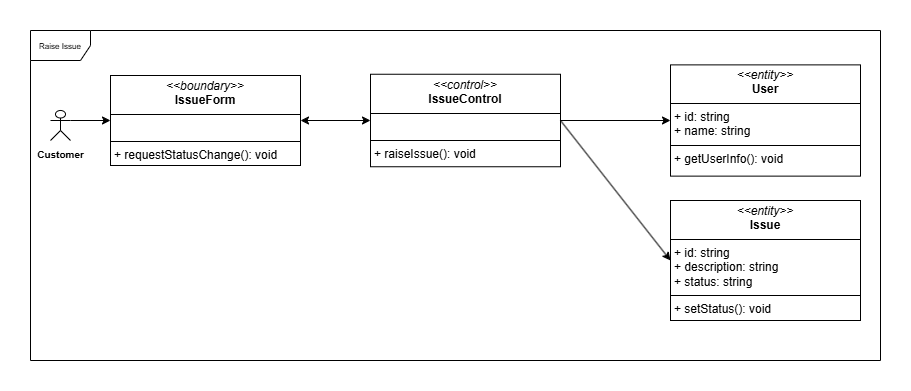
Before: Class-diagram/Boundary–Control–EntityDiagram/RaiseIssue.png, a diagram exported from draw.io (HuyEuler/Apartment-management-system). Source tidied: cells renumbered, new cells last; positions are measured from the earlier drawing's top-left corner, leaving out a move shared by most shapes. The source it was exported from:
```xml
<mxGraphModel background="#ffffff">
  <root>
    <mxCell id="0" />
    <mxCell id="1" parent="0" />
    <mxCell id="2" value="&lt;font style=&quot;font-size: 8px;&quot;&gt;Raise Issue&lt;/font&gt;" style="shape=umlFrame;whiteSpace=wrap;html=1;" parent="1" vertex="1">
      <mxGeometry width="850" height="330" as="geometry" />
    </mxCell>
    <mxCell id="3" value="&lt;font style=&quot;font-size: 10px;&quot;&gt;&lt;b&gt;Customer&lt;/b&gt;&lt;/font&gt;" style="shape=umlActor;verticalLabelPosition=bottom;verticalAlign=top;html=1;outlineConnect=0;" parent="1" vertex="1">
      <mxGeometry x="20" y="80" width="20" height="30" as="geometry" />
    </mxCell>
    <mxCell id="4" value="&lt;p style=&quot;margin:0px;margin-top:4px;text-align:center;&quot;&gt;&lt;i&gt;&amp;lt;&amp;lt;boundary&amp;gt;&amp;gt;&lt;/i&gt;&lt;br&gt;&lt;b&gt;IssueForm&lt;/b&gt;&lt;/p&gt;&lt;hr size=&quot;1&quot; style=&quot;border-style:solid;&quot;&gt;&lt;p style=&quot;margin:0px;margin-left:4px;&quot;&gt;&lt;br&gt;&lt;/p&gt;&lt;hr size=&quot;1&quot; style=&quot;border-style:solid;&quot;&gt;&lt;p style=&quot;margin:0px;margin-left:4px;&quot;&gt;+ requestStatusChange(): void&lt;/p&gt;" style="verticalAlign=top;align=left;overflow=fill;html=1;whiteSpace=wrap;" parent="1" vertex="1">
      <mxGeometry x="80" y="45" width="190" height="90" as="geometry" />
    </mxCell>
    <mxCell id="5" value="&lt;p style=&quot;margin:0px;margin-top:4px;text-align:center;&quot;&gt;&lt;i&gt;&amp;lt;&amp;lt;control&amp;gt;&amp;gt;&lt;/i&gt;&lt;br&gt;&lt;b&gt;IssueControl&lt;/b&gt;&lt;/p&gt;&lt;hr size=&quot;1&quot; style=&quot;border-style:solid;&quot;&gt;&lt;p style=&quot;margin:0px;margin-left:4px;&quot;&gt;&lt;br&gt;&lt;/p&gt;&lt;hr size=&quot;1&quot; style=&quot;border-style:solid;&quot;&gt;&lt;p style=&quot;margin:0px;margin-left:4px;&quot;&gt;+ raiseIssue&lt;span style=&quot;background-color: transparent; color: light-dark(rgb(0, 0, 0), rgb(255, 255, 255));&quot;&gt;(): void&lt;/span&gt;&lt;/p&gt;" style="verticalAlign=top;align=left;overflow=fill;html=1;whiteSpace=wrap;" parent="1" vertex="1">
      <mxGeometry x="340" y="43.8" width="190" height="92.5" as="geometry" />
    </mxCell>
    <mxCell id="6" value="&lt;p style=&quot;margin:0px;margin-top:4px;text-align:center;&quot;&gt;&lt;i&gt;&amp;lt;&amp;lt;entity&amp;gt;&amp;gt;&lt;/i&gt;&lt;br&gt;&lt;b&gt;User&lt;/b&gt;&lt;/p&gt;&lt;hr size=&quot;1&quot; style=&quot;border-style:solid;&quot;&gt;&lt;p style=&quot;margin:0px;margin-left:4px;&quot;&gt;+ id: string&lt;br&gt;+ name: string&lt;/p&gt;&lt;hr size=&quot;1&quot; style=&quot;border-style:solid;&quot;&gt;&lt;p style=&quot;margin:0px;margin-left:4px;&quot;&gt;+ getUserInfo(): void&lt;/p&gt;" style="verticalAlign=top;align=left;overflow=fill;html=1;whiteSpace=wrap;" parent="1" vertex="1">
      <mxGeometry x="640" y="34.4" width="190" height="111.2" as="geometry" />
    </mxCell>
    <mxCell id="7" value="&lt;p style=&quot;margin:0px;margin-top:4px;text-align:center;&quot;&gt;&lt;i&gt;&amp;lt;&amp;lt;entity&amp;gt;&amp;gt;&lt;/i&gt;&lt;br&gt;&lt;b&gt;Issue&lt;/b&gt;&lt;/p&gt;&lt;hr size=&quot;1&quot; style=&quot;border-style:solid;&quot;&gt;&lt;p style=&quot;margin: 0px 0px 0px 4px;&quot;&gt;+ id: string&lt;br&gt;+ description: string&lt;br&gt;+ status: string&lt;/p&gt;&lt;hr size=&quot;1&quot; style=&quot;border-style:solid;&quot;&gt;&lt;p style=&quot;margin:0px;margin-left:4px;&quot;&gt;+ setStatus(): void&lt;/p&gt;" style="verticalAlign=top;align=left;overflow=fill;html=1;whiteSpace=wrap;" parent="1" vertex="1">
      <mxGeometry x="640" y="170" width="190" height="120" as="geometry" />
    </mxCell>
    <mxCell id="8" style="endArrow=classic;html=1;rounded=0;exitX=1;exitY=0.3333333333333333;exitDx=0;exitDy=0;exitPerimeter=0;entryX=0;entryY=0.5;entryDx=0;entryDy=0;" parent="1" edge="1" source="3" target="4">
      <mxGeometry relative="1" as="geometry" />
    </mxCell>
    <mxCell id="9" style="endArrow=classic;startArrow=classic;html=1;rounded=0;entryX=0;entryY=0.5;entryDx=0;entryDy=0;" parent="1" edge="1" source="4" target="5">
      <mxGeometry relative="1" as="geometry" />
    </mxCell>
    <mxCell id="10" style="endArrow=classic;html=1;rounded=0;exitX=1;exitY=0.5;exitDx=0;exitDy=0;entryX=0;entryY=0.5;entryDx=0;entryDy=0;" parent="1" edge="1" source="5" target="7">
      <mxGeometry relative="1" as="geometry" />
    </mxCell>
    <mxCell id="11" style="endArrow=classic;html=1;rounded=0;exitX=1;exitY=0.5;exitDx=0;exitDy=0;" parent="1" edge="1" source="5" target="6">
      <mxGeometry relative="1" as="geometry" />
    </mxCell>
  </root>
</mxGraphModel>
```
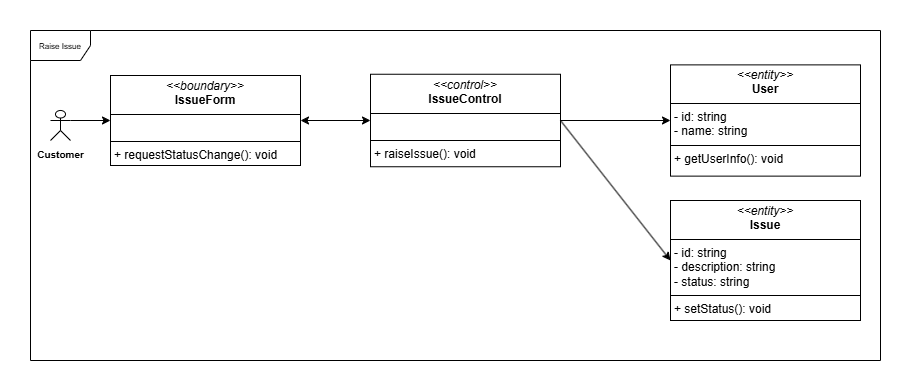
The same diagram one commit later.

What changed in the source:
```diff
@@ -14,10 +14,10 @@
     <mxCell id="5" value="&lt;p style=&quot;margin:0px;margin-top:4px;text-align:center;&quot;&gt;&lt;i&gt;&amp;lt;&amp;lt;control&amp;gt;&amp;gt;&lt;/i&gt;&lt;br&gt;&lt;b&gt;IssueControl&lt;/b&gt;&lt;/p&gt;&lt;hr size=&quot;1&quot; style=&quot;border-style:solid;&quot;&gt;&lt;p style=&quot;margin:0px;margin-left:4px;&quot;&gt;&lt;br&gt;&lt;/p&gt;&lt;hr size=&quot;1&quot; style=&quot;border-style:solid;&quot;&gt;&lt;p style=&quot;margin:0px;margin-left:4px;&quot;&gt;+ raiseIssue&lt;span style=&quot;background-color: transparent; color: light-dark(rgb(0, 0, 0), rgb(255, 255, 255));&quot;&gt;(): void&lt;/span&gt;&lt;/p&gt;" style="verticalAlign=top;align=left;overflow=fill;html=1;whiteSpace=wrap;" parent="1" vertex="1">
       <mxGeometry x="340" y="43.8" width="190" height="92.5" as="geometry" />
     </mxCell>
-    <mxCell id="6" value="&lt;p style=&quot;margin:0px;margin-top:4px;text-align:center;&quot;&gt;&lt;i&gt;&amp;lt;&amp;lt;entity&amp;gt;&amp;gt;&lt;/i&gt;&lt;br&gt;&lt;b&gt;User&lt;/b&gt;&lt;/p&gt;&lt;hr size=&quot;1&quot; style=&quot;border-style:solid;&quot;&gt;&lt;p style=&quot;margin:0px;margin-left:4px;&quot;&gt;+ id: string&lt;br&gt;+ name: string&lt;/p&gt;&lt;hr size=&quot;1&quot; style=&quot;border-style:solid;&quot;&gt;&lt;p style=&quot;margin:0px;margin-left:4px;&quot;&gt;+ getUserInfo(): void&lt;/p&gt;" style="verticalAlign=top;align=left;overflow=fill;html=1;whiteSpace=wrap;" parent="1" vertex="1">
+    <mxCell id="6" value="&lt;p style=&quot;margin:0px;margin-top:4px;text-align:center;&quot;&gt;&lt;i&gt;&amp;lt;&amp;lt;entity&amp;gt;&amp;gt;&lt;/i&gt;&lt;br&gt;&lt;b&gt;User&lt;/b&gt;&lt;/p&gt;&lt;hr size=&quot;1&quot; style=&quot;border-style:solid;&quot;&gt;&lt;p style=&quot;margin:0px;margin-left:4px;&quot;&gt;- id: string&lt;br&gt;- name: string&lt;/p&gt;&lt;hr size=&quot;1&quot; style=&quot;border-style:solid;&quot;&gt;&lt;p style=&quot;margin:0px;margin-left:4px;&quot;&gt;+ getUserInfo(): void&lt;/p&gt;" style="verticalAlign=top;align=left;overflow=fill;html=1;whiteSpace=wrap;" parent="1" vertex="1">
       <mxGeometry x="640" y="34.4" width="190" height="111.2" as="geometry" />
     </mxCell>
-    <mxCell id="7" value="&lt;p style=&quot;margin:0px;margin-top:4px;text-align:center;&quot;&gt;&lt;i&gt;&amp;lt;&amp;lt;entity&amp;gt;&amp;gt;&lt;/i&gt;&lt;br&gt;&lt;b&gt;Issue&lt;/b&gt;&lt;/p&gt;&lt;hr size=&quot;1&quot; style=&quot;border-style:solid;&quot;&gt;&lt;p style=&quot;margin: 0px 0px 0px 4px;&quot;&gt;+ id: string&lt;br&gt;+ description: string&lt;br&gt;+ status: string&lt;/p&gt;&lt;hr size=&quot;1&quot; style=&quot;border-style:solid;&quot;&gt;&lt;p style=&quot;margin:0px;margin-left:4px;&quot;&gt;+ setStatus(): void&lt;/p&gt;" style="verticalAlign=top;align=left;overflow=fill;html=1;whiteSpace=wrap;" parent="1" vertex="1">
+    <mxCell id="7" value="&lt;p style=&quot;margin:0px;margin-top:4px;text-align:center;&quot;&gt;&lt;i&gt;&amp;lt;&amp;lt;entity&amp;gt;&amp;gt;&lt;/i&gt;&lt;br&gt;&lt;b&gt;Issue&lt;/b&gt;&lt;/p&gt;&lt;hr size=&quot;1&quot; style=&quot;border-style:solid;&quot;&gt;&lt;p style=&quot;margin: 0px 0px 0px 4px;&quot;&gt;- id: string&lt;br&gt;- description: string&lt;br&gt;- status: string&lt;/p&gt;&lt;hr size=&quot;1&quot; style=&quot;border-style:solid;&quot;&gt;&lt;p style=&quot;margin:0px;margin-left:4px;&quot;&gt;+ setStatus(): void&lt;/p&gt;" style="verticalAlign=top;align=left;overflow=fill;html=1;whiteSpace=wrap;" parent="1" vertex="1">
       <mxGeometry x="640" y="170" width="190" height="120" as="geometry" />
     </mxCell>
     <mxCell id="8" style="endArrow=classic;html=1;rounded=0;exitX=1;exitY=0.3333333333333333;exitDx=0;exitDy=0;exitPerimeter=0;entryX=0;entryY=0.5;entryDx=0;entryDy=0;" parent="1" edge="1" source="3" target="4">
```
